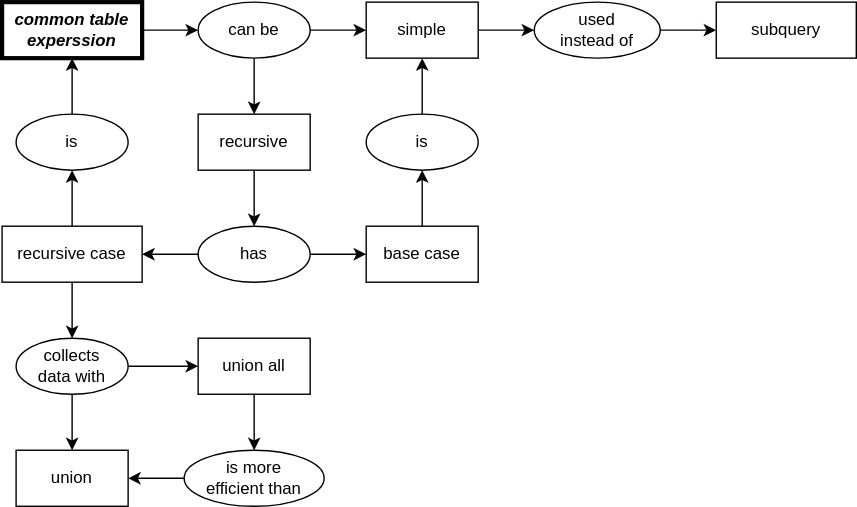
Above: res/img/concept_map_cte.svg in gvwilson/sql-tutorial (draw.io), before the change. Source tidied: cells renumbered, new cells last; positions are measured from the earlier drawing's top-left corner, leaving out a move shared by most shapes. The source it was exported from:
```xml
<mxGraphModel>
  <root>
    <mxCell id="0" />
    <mxCell id="1" parent="0" />
    <mxCell id="2" value="&lt;i&gt;&lt;b&gt;common table&lt;br&gt;experssion&lt;/b&gt;&lt;/i&gt;" style="rounded=0;whiteSpace=wrap;html=1;fillColor=none;strokeWidth=3;" parent="1" vertex="1">
      <mxGeometry width="100" height="40" as="geometry" />
    </mxCell>
    <mxCell id="3" value="subquery" style="rounded=0;whiteSpace=wrap;html=1;fillColor=none;" parent="1" vertex="1">
      <mxGeometry x="510" width="100" height="40" as="geometry" />
    </mxCell>
    <mxCell id="4" value="used&lt;br&gt;instead of" style="ellipse;whiteSpace=wrap;html=1;fillColor=none;" parent="1" vertex="1">
      <mxGeometry x="380" width="90" height="40" as="geometry" />
    </mxCell>
    <mxCell id="5" style="endArrow=classic;html=1;rounded=0;" parent="1" edge="1" source="9" target="4">
      <mxGeometry relative="1" as="geometry" />
    </mxCell>
    <mxCell id="6" style="endArrow=classic;html=1;rounded=0;" parent="1" edge="1" source="4" target="3">
      <mxGeometry relative="1" as="geometry" />
    </mxCell>
    <mxCell id="7" value="can be" style="ellipse;whiteSpace=wrap;html=1;fillColor=none;" parent="1" vertex="1">
      <mxGeometry x="140" width="80" height="40" as="geometry" />
    </mxCell>
    <mxCell id="8" style="endArrow=classic;html=1;rounded=0;" parent="1" edge="1" source="2" target="7">
      <mxGeometry relative="1" as="geometry" />
    </mxCell>
    <mxCell id="9" value="simple" style="rounded=0;whiteSpace=wrap;html=1;fillColor=none;" parent="1" vertex="1">
      <mxGeometry x="260" width="80" height="40" as="geometry" />
    </mxCell>
    <mxCell id="10" style="endArrow=classic;html=1;rounded=0;" parent="1" edge="1" source="7" target="9">
      <mxGeometry relative="1" as="geometry" />
    </mxCell>
    <mxCell id="11" value="recursive" style="rounded=0;whiteSpace=wrap;html=1;fillColor=none;" parent="1" vertex="1">
      <mxGeometry x="140" y="80" width="80" height="40" as="geometry" />
    </mxCell>
    <mxCell id="12" style="endArrow=classic;html=1;rounded=0;" parent="1" edge="1" source="7" target="11">
      <mxGeometry relative="1" as="geometry" />
    </mxCell>
    <mxCell id="13" value="has" style="ellipse;whiteSpace=wrap;html=1;fillColor=none;" parent="1" vertex="1">
      <mxGeometry x="140" y="160" width="80" height="40" as="geometry" />
    </mxCell>
    <mxCell id="14" style="endArrow=classic;html=1;rounded=0;" parent="1" edge="1" source="11" target="13">
      <mxGeometry relative="1" as="geometry" />
    </mxCell>
    <mxCell id="15" value="base case" style="rounded=0;whiteSpace=wrap;html=1;fillColor=none;" parent="1" vertex="1">
      <mxGeometry x="260" y="160" width="80" height="40" as="geometry" />
    </mxCell>
    <mxCell id="16" style="endArrow=classic;html=1;rounded=0;" parent="1" edge="1" source="13" target="15">
      <mxGeometry relative="1" as="geometry" />
    </mxCell>
    <mxCell id="17" value="is" style="ellipse;whiteSpace=wrap;html=1;fillColor=none;" parent="1" vertex="1">
      <mxGeometry x="260" y="80" width="80" height="40" as="geometry" />
    </mxCell>
    <mxCell id="18" style="endArrow=classic;html=1;rounded=0;" parent="1" edge="1" source="15" target="17">
      <mxGeometry relative="1" as="geometry" />
    </mxCell>
    <mxCell id="19" style="endArrow=classic;html=1;rounded=0;" parent="1" edge="1" source="17" target="9">
      <mxGeometry relative="1" as="geometry" />
    </mxCell>
    <mxCell id="20" value="recursive case" style="rounded=0;whiteSpace=wrap;html=1;fillColor=none;" parent="1" vertex="1">
      <mxGeometry y="160" width="100" height="40" as="geometry" />
    </mxCell>
    <mxCell id="21" style="endArrow=classic;html=1;rounded=0;" parent="1" edge="1" source="13" target="20">
      <mxGeometry relative="1" as="geometry" />
    </mxCell>
    <mxCell id="22" value="is" style="ellipse;whiteSpace=wrap;html=1;fillColor=none;" parent="1" vertex="1">
      <mxGeometry x="10" y="80" width="80" height="40" as="geometry" />
    </mxCell>
    <mxCell id="23" style="endArrow=classic;html=1;rounded=0;" parent="1" edge="1" source="20" target="22">
      <mxGeometry relative="1" as="geometry" />
    </mxCell>
    <mxCell id="24" style="endArrow=classic;html=1;rounded=0;" parent="1" edge="1" source="22" target="2">
      <mxGeometry relative="1" as="geometry" />
    </mxCell>
    <mxCell id="25" value="collects&lt;br&gt;data with" style="ellipse;whiteSpace=wrap;html=1;fillColor=none;" parent="1" vertex="1">
      <mxGeometry x="10" y="240" width="80" height="40" as="geometry" />
    </mxCell>
    <mxCell id="26" style="endArrow=classic;html=1;rounded=0;" parent="1" edge="1" source="20" target="25">
      <mxGeometry relative="1" as="geometry" />
    </mxCell>
    <mxCell id="27" value="union all" style="rounded=0;whiteSpace=wrap;html=1;fillColor=none;" parent="1" vertex="1">
      <mxGeometry x="140" y="240" width="80" height="40" as="geometry" />
    </mxCell>
    <mxCell id="28" value="union" style="rounded=0;whiteSpace=wrap;html=1;fillColor=none;" parent="1" vertex="1">
      <mxGeometry x="10" y="320" width="80" height="40" as="geometry" />
    </mxCell>
    <mxCell id="29" style="endArrow=classic;html=1;rounded=0;" parent="1" edge="1" source="25" target="27">
      <mxGeometry relative="1" as="geometry" />
    </mxCell>
    <mxCell id="30" style="endArrow=classic;html=1;rounded=0;" parent="1" edge="1" source="25" target="28">
      <mxGeometry relative="1" as="geometry" />
    </mxCell>
    <mxCell id="31" value="is more&lt;br&gt;efficient than" style="ellipse;whiteSpace=wrap;html=1;fillColor=none;" parent="1" vertex="1">
      <mxGeometry x="130" y="320" width="100" height="40" as="geometry" />
    </mxCell>
    <mxCell id="32" style="endArrow=classic;html=1;rounded=0;" parent="1" edge="1" source="31" target="28">
      <mxGeometry relative="1" as="geometry" />
    </mxCell>
    <mxCell id="33" style="endArrow=classic;html=1;rounded=0;" parent="1" edge="1" source="27" target="31">
      <mxGeometry relative="1" as="geometry" />
    </mxCell>
  </root>
</mxGraphModel>
```
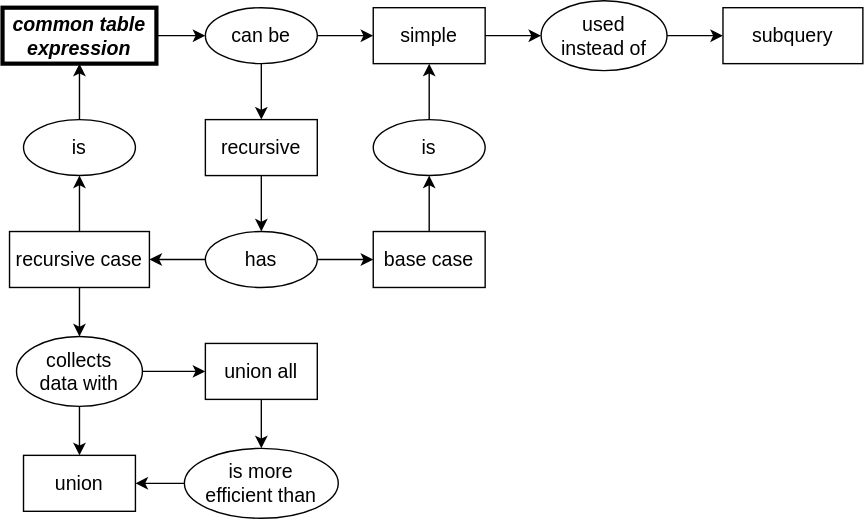
Later version of the same file.

The edit, as a diff of the source:
```diff
@@ -2,100 +2,100 @@
   <root>
     <mxCell id="0" />
     <mxCell id="1" parent="0" />
-    <mxCell id="2" value="&lt;i&gt;&lt;b&gt;common table&lt;br&gt;experssion&lt;/b&gt;&lt;/i&gt;" style="rounded=0;whiteSpace=wrap;html=1;fillColor=none;strokeWidth=3;" parent="1" vertex="1">
-      <mxGeometry width="100" height="40" as="geometry" />
+    <mxCell id="2" value="&lt;i style=&quot;font-size: 14px;&quot;&gt;&lt;b style=&quot;font-size: 14px;&quot;&gt;common table&lt;br style=&quot;font-size: 14px;&quot;&gt;expression&lt;/b&gt;&lt;/i&gt;" style="rounded=0;whiteSpace=wrap;html=1;fillColor=none;strokeWidth=3;fontSize=14;" parent="1" vertex="1">
+      <mxGeometry x="-5" width="110" height="40" as="geometry" />
     </mxCell>
-    <mxCell id="3" value="subquery" style="rounded=0;whiteSpace=wrap;html=1;fillColor=none;" parent="1" vertex="1">
+    <mxCell id="3" value="subquery" style="rounded=0;whiteSpace=wrap;html=1;fillColor=none;fontSize=14;" parent="1" vertex="1">
       <mxGeometry x="510" width="100" height="40" as="geometry" />
     </mxCell>
-    <mxCell id="4" value="used&lt;br&gt;instead of" style="ellipse;whiteSpace=wrap;html=1;fillColor=none;" parent="1" vertex="1">
-      <mxGeometry x="380" width="90" height="40" as="geometry" />
+    <mxCell id="4" value="used&lt;br style=&quot;font-size: 14px;&quot;&gt;instead of" style="ellipse;whiteSpace=wrap;html=1;fillColor=none;fontSize=14;" parent="1" vertex="1">
+      <mxGeometry x="380" y="-5" width="90" height="50" as="geometry" />
     </mxCell>
-    <mxCell id="5" style="endArrow=classic;html=1;rounded=0;" parent="1" edge="1" source="9" target="4">
+    <mxCell id="5" style="endArrow=classic;html=1;rounded=0;fontSize=14;" parent="1" edge="1" source="9" target="4">
       <mxGeometry relative="1" as="geometry" />
     </mxCell>
-    <mxCell id="6" style="endArrow=classic;html=1;rounded=0;" parent="1" edge="1" source="4" target="3">
+    <mxCell id="6" style="endArrow=classic;html=1;rounded=0;fontSize=14;" parent="1" edge="1" source="4" target="3">
       <mxGeometry relative="1" as="geometry" />
     </mxCell>
-    <mxCell id="7" value="can be" style="ellipse;whiteSpace=wrap;html=1;fillColor=none;" parent="1" vertex="1">
+    <mxCell id="7" value="can be" style="ellipse;whiteSpace=wrap;html=1;fillColor=none;fontSize=14;" parent="1" vertex="1">
       <mxGeometry x="140" width="80" height="40" as="geometry" />
     </mxCell>
-    <mxCell id="8" style="endArrow=classic;html=1;rounded=0;" parent="1" edge="1" source="2" target="7">
+    <mxCell id="8" style="endArrow=classic;html=1;rounded=0;fontSize=14;" parent="1" edge="1" source="2" target="7">
       <mxGeometry relative="1" as="geometry" />
     </mxCell>
-    <mxCell id="9" value="simple" style="rounded=0;whiteSpace=wrap;html=1;fillColor=none;" parent="1" vertex="1">
+    <mxCell id="9" value="simple" style="rounded=0;whiteSpace=wrap;html=1;fillColor=none;fontSize=14;" parent="1" vertex="1">
       <mxGeometry x="260" width="80" height="40" as="geometry" />
     </mxCell>
-    <mxCell id="10" style="endArrow=classic;html=1;rounded=0;" parent="1" edge="1" source="7" target="9">
+    <mxCell id="10" style="endArrow=classic;html=1;rounded=0;fontSize=14;" parent="1" edge="1" source="7" target="9">
       <mxGeometry relative="1" as="geometry" />
     </mxCell>
-    <mxCell id="11" value="recursive" style="rounded=0;whiteSpace=wrap;html=1;fillColor=none;" parent="1" vertex="1">
+    <mxCell id="11" value="recursive" style="rounded=0;whiteSpace=wrap;html=1;fillColor=none;fontSize=14;" parent="1" vertex="1">
       <mxGeometry x="140" y="80" width="80" height="40" as="geometry" />
     </mxCell>
-    <mxCell id="12" style="endArrow=classic;html=1;rounded=0;" parent="1" edge="1" source="7" target="11">
+    <mxCell id="12" style="endArrow=classic;html=1;rounded=0;fontSize=14;" parent="1" edge="1" source="7" target="11">
       <mxGeometry relative="1" as="geometry" />
     </mxCell>
-    <mxCell id="13" value="has" style="ellipse;whiteSpace=wrap;html=1;fillColor=none;" parent="1" vertex="1">
+    <mxCell id="13" value="has" style="ellipse;whiteSpace=wrap;html=1;fillColor=none;fontSize=14;" parent="1" vertex="1">
       <mxGeometry x="140" y="160" width="80" height="40" as="geometry" />
     </mxCell>
-    <mxCell id="14" style="endArrow=classic;html=1;rounded=0;" parent="1" edge="1" source="11" target="13">
+    <mxCell id="14" style="endArrow=classic;html=1;rounded=0;fontSize=14;" parent="1" edge="1" source="11" target="13">
       <mxGeometry relative="1" as="geometry" />
     </mxCell>
-    <mxCell id="15" value="base case" style="rounded=0;whiteSpace=wrap;html=1;fillColor=none;" parent="1" vertex="1">
+    <mxCell id="15" value="base case" style="rounded=0;whiteSpace=wrap;html=1;fillColor=none;fontSize=14;" parent="1" vertex="1">
       <mxGeometry x="260" y="160" width="80" height="40" as="geometry" />
     </mxCell>
-    <mxCell id="16" style="endArrow=classic;html=1;rounded=0;" parent="1" edge="1" source="13" target="15">
+    <mxCell id="16" style="endArrow=classic;html=1;rounded=0;fontSize=14;" parent="1" edge="1" source="13" target="15">
       <mxGeometry relative="1" as="geometry" />
     </mxCell>
-    <mxCell id="17" value="is" style="ellipse;whiteSpace=wrap;html=1;fillColor=none;" parent="1" vertex="1">
+    <mxCell id="17" value="is" style="ellipse;whiteSpace=wrap;html=1;fillColor=none;fontSize=14;" parent="1" vertex="1">
       <mxGeometry x="260" y="80" width="80" height="40" as="geometry" />
     </mxCell>
-    <mxCell id="18" style="endArrow=classic;html=1;rounded=0;" parent="1" edge="1" source="15" target="17">
+    <mxCell id="18" style="endArrow=classic;html=1;rounded=0;fontSize=14;" parent="1" edge="1" source="15" target="17">
       <mxGeometry relative="1" as="geometry" />
     </mxCell>
-    <mxCell id="19" style="endArrow=classic;html=1;rounded=0;" parent="1" edge="1" source="17" target="9">
+    <mxCell id="19" style="endArrow=classic;html=1;rounded=0;fontSize=14;" parent="1" edge="1" source="17" target="9">
       <mxGeometry relative="1" as="geometry" />
     </mxCell>
-    <mxCell id="20" value="recursive case" style="rounded=0;whiteSpace=wrap;html=1;fillColor=none;" parent="1" vertex="1">
+    <mxCell id="20" value="recursive case" style="rounded=0;whiteSpace=wrap;html=1;fillColor=none;fontSize=14;" parent="1" vertex="1">
       <mxGeometry y="160" width="100" height="40" as="geometry" />
     </mxCell>
-    <mxCell id="21" style="endArrow=classic;html=1;rounded=0;" parent="1" edge="1" source="13" target="20">
+    <mxCell id="21" style="endArrow=classic;html=1;rounded=0;fontSize=14;" parent="1" edge="1" source="13" target="20">
       <mxGeometry relative="1" as="geometry" />
     </mxCell>
-    <mxCell id="22" value="is" style="ellipse;whiteSpace=wrap;html=1;fillColor=none;" parent="1" vertex="1">
+    <mxCell id="22" value="is" style="ellipse;whiteSpace=wrap;html=1;fillColor=none;fontSize=14;" parent="1" vertex="1">
       <mxGeometry x="10" y="80" width="80" height="40" as="geometry" />
     </mxCell>
-    <mxCell id="23" style="endArrow=classic;html=1;rounded=0;" parent="1" edge="1" source="20" target="22">
+    <mxCell id="23" style="endArrow=classic;html=1;rounded=0;fontSize=14;" parent="1" edge="1" source="20" target="22">
       <mxGeometry relative="1" as="geometry" />
     </mxCell>
-    <mxCell id="24" style="endArrow=classic;html=1;rounded=0;" parent="1" edge="1" source="22" target="2">
+    <mxCell id="24" style="endArrow=classic;html=1;rounded=0;fontSize=14;" parent="1" edge="1" source="22" target="2">
       <mxGeometry relative="1" as="geometry" />
     </mxCell>
-    <mxCell id="25" value="collects&lt;br&gt;data with" style="ellipse;whiteSpace=wrap;html=1;fillColor=none;" parent="1" vertex="1">
-      <mxGeometry x="10" y="240" width="80" height="40" as="geometry" />
+    <mxCell id="25" value="collects&lt;br style=&quot;font-size: 14px;&quot;&gt;data with" style="ellipse;whiteSpace=wrap;html=1;fillColor=none;fontSize=14;" parent="1" vertex="1">
+      <mxGeometry x="5" y="235" width="90" height="50" as="geometry" />
     </mxCell>
-    <mxCell id="26" style="endArrow=classic;html=1;rounded=0;" parent="1" edge="1" source="20" target="25">
+    <mxCell id="26" style="endArrow=classic;html=1;rounded=0;fontSize=14;" parent="1" edge="1" source="20" target="25">
       <mxGeometry relative="1" as="geometry" />
     </mxCell>
-    <mxCell id="27" value="union all" style="rounded=0;whiteSpace=wrap;html=1;fillColor=none;" parent="1" vertex="1">
+    <mxCell id="27" value="union all" style="rounded=0;whiteSpace=wrap;html=1;fillColor=none;fontSize=14;" parent="1" vertex="1">
       <mxGeometry x="140" y="240" width="80" height="40" as="geometry" />
     </mxCell>
-    <mxCell id="28" value="union" style="rounded=0;whiteSpace=wrap;html=1;fillColor=none;" parent="1" vertex="1">
+    <mxCell id="28" value="union" style="rounded=0;whiteSpace=wrap;html=1;fillColor=none;fontSize=14;" parent="1" vertex="1">
       <mxGeometry x="10" y="320" width="80" height="40" as="geometry" />
     </mxCell>
-    <mxCell id="29" style="endArrow=classic;html=1;rounded=0;" parent="1" edge="1" source="25" target="27">
+    <mxCell id="29" style="endArrow=classic;html=1;rounded=0;fontSize=14;" parent="1" edge="1" source="25" target="27">
       <mxGeometry relative="1" as="geometry" />
     </mxCell>
-    <mxCell id="30" style="endArrow=classic;html=1;rounded=0;" parent="1" edge="1" source="25" target="28">
+    <mxCell id="30" style="endArrow=classic;html=1;rounded=0;fontSize=14;" parent="1" edge="1" source="25" target="28">
       <mxGeometry relative="1" as="geometry" />
     </mxCell>
-    <mxCell id="31" value="is more&lt;br&gt;efficient than" style="ellipse;whiteSpace=wrap;html=1;fillColor=none;" parent="1" vertex="1">
-      <mxGeometry x="130" y="320" width="100" height="40" as="geometry" />
+    <mxCell id="31" value="is more&lt;br style=&quot;font-size: 14px;&quot;&gt;efficient than" style="ellipse;whiteSpace=wrap;html=1;fillColor=none;fontSize=14;" parent="1" vertex="1">
+      <mxGeometry x="125" y="315" width="110" height="50" as="geometry" />
     </mxCell>
-    <mxCell id="32" style="endArrow=classic;html=1;rounded=0;" parent="1" edge="1" source="31" target="28">
+    <mxCell id="32" style="endArrow=classic;html=1;rounded=0;fontSize=14;" parent="1" edge="1" source="31" target="28">
       <mxGeometry relative="1" as="geometry" />
     </mxCell>
-    <mxCell id="33" style="endArrow=classic;html=1;rounded=0;" parent="1" edge="1" source="27" target="31">
+    <mxCell id="33" style="endArrow=classic;html=1;rounded=0;fontSize=14;" parent="1" edge="1" source="27" target="31">
       <mxGeometry relative="1" as="geometry" />
     </mxCell>
   </root>
```
